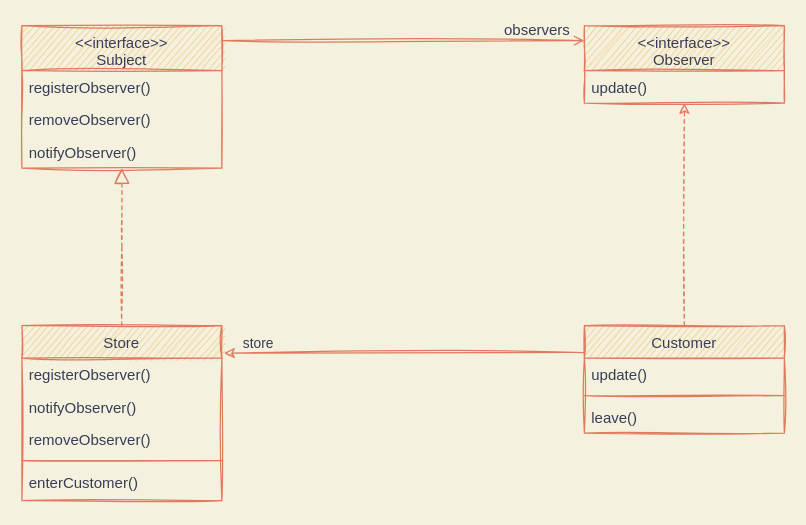
Earlier version of the draw.io diagram page "op2" (2 of 4) of ProgrammingLanguage/KwPl/ClassDiagram.drawio (geoje/KwUniversity). Source tidied: cells renumbered, new cells numbered last; positions are measured from the earlier drawing's top-left corner, leaving out a move shared by most shapes. Both pictures are drawn from the tidied source at 125%, with x=0, y=0 at pixel (21, 25).
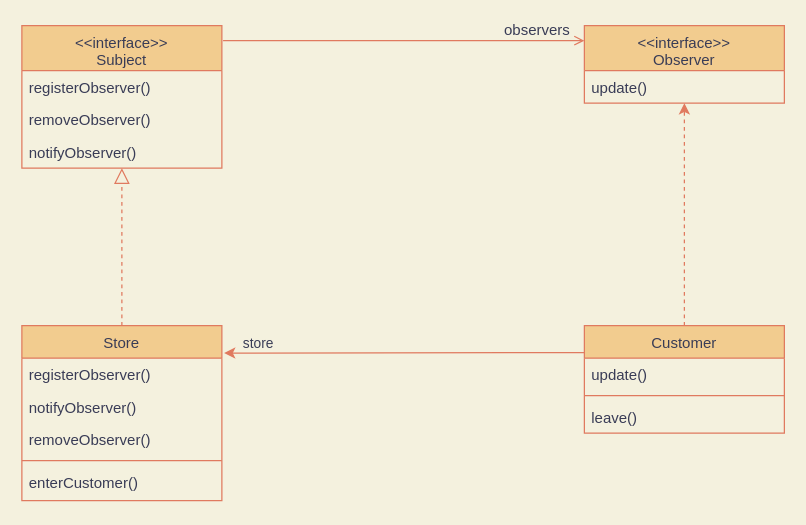
Above is the later version.

The edit, as a diff of the source:
```diff
@@
-    <mxCell id="2" value="&lt;&lt;interface&gt;&gt;&#10;Subject" style="swimlane;fontStyle=0;align=center;verticalAlign=top;horizontal=1;startSize=36;rounded=0;shadow=0;strokeWidth=1;fillColor=#F2CC8F;strokeColor=#E07A5F;fontColor=#393C56;sketch=1;" parent="1" vertex="1">
+    <mxCell id="2" value="&lt;&lt;interface&gt;&gt;&#10;Subject" style="swimlane;fontStyle=0;align=center;verticalAlign=top;horizontal=1;startSize=36;rounded=0;shadow=0;strokeWidth=1;fillColor=#F2CC8F;strokeColor=#E07A5F;fontColor=#393C56;" parent="1" vertex="1">
       <mxGeometry width="160" height="114" as="geometry" />
     </mxCell>
-    <mxCell id="3" value="registerObserver()" style="text;align=left;verticalAlign=top;spacingLeft=4;spacingRight=4;overflow=hidden;fontColor=#393C56;sketch=1;" parent="2" vertex="1">
+    <mxCell id="3" value="registerObserver()" style="text;align=left;verticalAlign=top;spacingLeft=4;spacingRight=4;overflow=hidden;fontColor=#393C56;" parent="2" vertex="1">
       <mxGeometry y="36" width="160" height="26" as="geometry" />
     </mxCell>
-    <mxCell id="4" value="removeObserver()" style="text;align=left;verticalAlign=top;spacingLeft=4;spacingRight=4;overflow=hidden;rounded=0;shadow=0;html=0;fontColor=#393C56;sketch=1;" parent="2" vertex="1">
+    <mxCell id="4" value="removeObserver()" style="text;align=left;verticalAlign=top;spacingLeft=4;spacingRight=4;overflow=hidden;rounded=0;shadow=0;html=0;fontColor=#393C56;" parent="2" vertex="1">
       <mxGeometry y="62" width="160" height="26" as="geometry" />
     </mxCell>
-    <mxCell id="5" value="notifyObserver()" style="text;align=left;verticalAlign=top;spacingLeft=4;spacingRight=4;overflow=hidden;rounded=0;shadow=0;html=0;fontColor=#393C56;sketch=1;" parent="2" vertex="1">
+    <mxCell id="5" value="notifyObserver()" style="text;align=left;verticalAlign=top;spacingLeft=4;spacingRight=4;overflow=hidden;rounded=0;shadow=0;html=0;fontColor=#393C56;" parent="2" vertex="1">
       <mxGeometry y="88" width="160" height="26" as="geometry" />
     </mxCell>
-    <mxCell id="6" value="Store" style="swimlane;fontStyle=0;align=center;verticalAlign=top;horizontal=1;startSize=26;rounded=0;shadow=0;strokeWidth=1;fillColor=#F2CC8F;strokeColor=#E07A5F;fontColor=#393C56;sketch=1;" parent="1" vertex="1">
+    <mxCell id="6" value="Store" style="swimlane;fontStyle=0;align=center;verticalAlign=top;horizontal=1;startSize=26;rounded=0;shadow=0;strokeWidth=1;fillColor=#F2CC8F;strokeColor=#E07A5F;fontColor=#393C56;" parent="1" vertex="1">
       <mxGeometry y="240" width="160" height="140" as="geometry" />
     </mxCell>
-    <mxCell id="7" value="registerObserver()" style="text;align=left;verticalAlign=top;spacingLeft=4;spacingRight=4;overflow=hidden;points=[[0,0.5],[1,0.5]];portConstraint=eastwest;fontColor=#393C56;sketch=1;" parent="6" vertex="1">
+    <mxCell id="7" value="registerObserver()" style="text;align=left;verticalAlign=top;spacingLeft=4;spacingRight=4;overflow=hidden;points=[[0,0.5],[1,0.5]];portConstraint=eastwest;fontColor=#393C56;" parent="6" vertex="1">
       <mxGeometry y="26" width="160" height="26" as="geometry" />
     </mxCell>
-    <mxCell id="8" value="notifyObserver()" style="text;align=left;verticalAlign=top;spacingLeft=4;spacingRight=4;overflow=hidden;rounded=0;shadow=0;html=0;fontColor=#393C56;sketch=1;" parent="6" vertex="1">
+    <mxCell id="8" value="notifyObserver()" style="text;align=left;verticalAlign=top;spacingLeft=4;spacingRight=4;overflow=hidden;rounded=0;shadow=0;html=0;fontColor=#393C56;" parent="6" vertex="1">
       <mxGeometry y="52" width="160" height="26" as="geometry" />
     </mxCell>
-    <mxCell id="9" value="removeObserver()" style="text;align=left;verticalAlign=top;spacingLeft=4;spacingRight=4;overflow=hidden;rounded=0;shadow=0;html=0;fontColor=#393C56;sketch=1;" parent="6" vertex="1">
+    <mxCell id="9" value="removeObserver()" style="text;align=left;verticalAlign=top;spacingLeft=4;spacingRight=4;overflow=hidden;rounded=0;shadow=0;html=0;fontColor=#393C56;" parent="6" vertex="1">
       <mxGeometry y="78" width="160" height="26" as="geometry" />
     </mxCell>
-    <mxCell id="10" style="line;html=1;strokeWidth=1;align=left;verticalAlign=middle;spacingTop=-1;spacingLeft=3;spacingRight=3;labelPosition=right;labelBackgroundColor=#F4F1DE;fillColor=#F2CC8F;strokeColor=#E07A5F;fontColor=#393C56;sketch=1;" parent="6" vertex="1">
+    <mxCell id="10" style="line;html=1;strokeWidth=1;align=left;verticalAlign=middle;spacingTop=-1;spacingLeft=3;spacingRight=3;labelPosition=right;labelBackgroundColor=#F4F1DE;fillColor=#F2CC8F;strokeColor=#E07A5F;fontColor=#393C56;" parent="6" vertex="1">
       <mxGeometry y="104" width="160" height="8" as="geometry" />
     </mxCell>
-    <mxCell id="11" value="enterCustomer()" style="text;align=left;verticalAlign=top;spacingLeft=4;spacingRight=4;overflow=hidden;rounded=0;shadow=0;html=0;fontColor=#393C56;sketch=1;" parent="6" vertex="1">
+    <mxCell id="11" value="enterCustomer()" style="text;align=left;verticalAlign=top;spacingLeft=4;spacingRight=4;overflow=hidden;rounded=0;shadow=0;html=0;fontColor=#393C56;" parent="6" vertex="1">
       <mxGeometry y="112" width="160" height="28" as="geometry" />
     </mxCell>
-    <mxCell id="12" style="endArrow=block;endSize=10;endFill=0;shadow=0;strokeWidth=1;rounded=0;edgeStyle=elbowEdgeStyle;elbow=vertical;dashed=1;labelBackgroundColor=#F4F1DE;strokeColor=#E07A5F;fontColor=#393C56;sketch=1;" parent="1" edge="1" source="6" target="2">
+    <mxCell id="12" style="endArrow=block;endSize=10;endFill=0;shadow=0;strokeWidth=1;rounded=0;edgeStyle=elbowEdgeStyle;elbow=vertical;dashed=1;labelBackgroundColor=#F4F1DE;strokeColor=#E07A5F;fontColor=#393C56;" parent="1" edge="1" source="6" target="2">
       <mxGeometry relative="1" as="geometry" />
     </mxCell>
-    <mxCell id="13" value="&lt;&lt;interface&gt;&gt;&#10;Observer" style="swimlane;fontStyle=0;align=center;verticalAlign=top;horizontal=1;startSize=36;rounded=0;shadow=0;strokeWidth=1;fillColor=#F2CC8F;strokeColor=#E07A5F;fontColor=#393C56;sketch=1;" parent="1" vertex="1">
+    <mxCell id="13" value="&lt;&lt;interface&gt;&gt;&#10;Observer" style="swimlane;fontStyle=0;align=center;verticalAlign=top;horizontal=1;startSize=36;rounded=0;shadow=0;strokeWidth=1;fillColor=#F2CC8F;strokeColor=#E07A5F;fontColor=#393C56;" parent="1" vertex="1">
       <mxGeometry x="450" width="160" height="62" as="geometry" />
     </mxCell>
-    <mxCell id="14" value="update()" style="text;align=left;verticalAlign=top;spacingLeft=4;spacingRight=4;overflow=hidden;points=[[0,0.5],[1,0.5]];portConstraint=eastwest;fontColor=#393C56;sketch=1;" parent="13" vertex="1">
+    <mxCell id="14" value="update()" style="text;align=left;verticalAlign=top;spacingLeft=4;spacingRight=4;overflow=hidden;points=[[0,0.5],[1,0.5]];portConstraint=eastwest;fontColor=#393C56;" parent="13" vertex="1">
       <mxGeometry y="36" width="160" height="26" as="geometry" />
     </mxCell>
-    <mxCell id="15" style="endArrow=open;shadow=0;strokeWidth=1;rounded=0;endFill=1;edgeStyle=elbowEdgeStyle;elbow=vertical;exitX=1.006;exitY=0.106;exitDx=0;exitDy=0;exitPerimeter=0;labelBackgroundColor=#F4F1DE;strokeColor=#E07A5F;fontColor=#393C56;sketch=1;" parent="1" edge="1" source="2" target="13">
+    <mxCell id="15" style="endArrow=open;shadow=0;strokeWidth=1;rounded=0;endFill=1;edgeStyle=elbowEdgeStyle;elbow=vertical;exitX=1.006;exitY=0.106;exitDx=0;exitDy=0;exitPerimeter=0;labelBackgroundColor=#F4F1DE;strokeColor=#E07A5F;fontColor=#393C56;" parent="1" edge="1" source="2" target="13">
       <mxGeometry x="0.5" y="41" relative="1" as="geometry">
         <mxPoint x="-40" y="32" as="offset" />
       </mxGeometry>
     </mxCell>
-    <mxCell id="16" value="observers" style="align=right;verticalAlign=bottom;labelBackgroundColor=none;fontSize=12;fillColor=#F2CC8F;strokeColor=#E07A5F;fontColor=#393C56;sketch=1;" parent="15" vertex="1">
+    <mxCell id="16" value="observers" style="align=right;verticalAlign=bottom;labelBackgroundColor=none;fontSize=12;fillColor=#F2CC8F;strokeColor=#E07A5F;fontColor=#393C56;" parent="15" vertex="1">
       <mxGeometry x="1" relative="1" as="geometry">
         <mxPoint x="-10" as="offset" />
       </mxGeometry>
     </mxCell>
-    <mxCell id="17" value="Customer" style="swimlane;fontStyle=0;align=center;verticalAlign=top;horizontal=1;startSize=26;rounded=0;shadow=0;strokeWidth=1;fillColor=#F2CC8F;strokeColor=#E07A5F;fontColor=#393C56;sketch=1;" parent="1" vertex="1">
+    <mxCell id="17" value="Customer" style="swimlane;fontStyle=0;align=center;verticalAlign=top;horizontal=1;startSize=26;rounded=0;shadow=0;strokeWidth=1;fillColor=#F2CC8F;strokeColor=#E07A5F;fontColor=#393C56;" parent="1" vertex="1">
       <mxGeometry x="450" y="240" width="160" height="86" as="geometry" />
     </mxCell>
-    <mxCell id="18" value="update()" style="text;align=left;verticalAlign=top;spacingLeft=4;spacingRight=4;overflow=hidden;fontColor=#393C56;sketch=1;" parent="17" vertex="1">
+    <mxCell id="18" value="update()" style="text;align=left;verticalAlign=top;spacingLeft=4;spacingRight=4;overflow=hidden;fontColor=#393C56;" parent="17" vertex="1">
       <mxGeometry y="26" width="160" height="26" as="geometry" />
     </mxCell>
-    <mxCell id="19" style="line;html=1;strokeWidth=1;align=left;verticalAlign=middle;spacingTop=-1;spacingLeft=3;spacingRight=3;labelPosition=right;labelBackgroundColor=#F4F1DE;fillColor=#F2CC8F;strokeColor=#E07A5F;fontColor=#393C56;sketch=1;" parent="17" vertex="1">
+    <mxCell id="19" style="line;html=1;strokeWidth=1;align=left;verticalAlign=middle;spacingTop=-1;spacingLeft=3;spacingRight=3;labelPosition=right;labelBackgroundColor=#F4F1DE;fillColor=#F2CC8F;strokeColor=#E07A5F;fontColor=#393C56;" parent="17" vertex="1">
       <mxGeometry y="52" width="160" height="8" as="geometry" />
     </mxCell>
-    <mxCell id="20" value="leave()" style="text;align=left;verticalAlign=top;spacingLeft=4;spacingRight=4;overflow=hidden;fontColor=#393C56;sketch=1;" parent="17" vertex="1">
+    <mxCell id="20" value="leave()" style="text;align=left;verticalAlign=top;spacingLeft=4;spacingRight=4;overflow=hidden;fontColor=#393C56;" parent="17" vertex="1">
       <mxGeometry y="60" width="160" height="26" as="geometry" />
     </mxCell>
-    <mxCell id="21" style="endArrow=classic;html=1;exitX=0.5;exitY=0;exitDx=0;exitDy=0;dashed=1;labelBackgroundColor=#F4F1DE;strokeColor=#E07A5F;fontColor=#393C56;sketch=1;" parent="1" edge="1" source="17" target="14">
+    <mxCell id="21" style="endArrow=classic;html=1;exitX=0.5;exitY=0;exitDx=0;exitDy=0;dashed=1;labelBackgroundColor=#F4F1DE;strokeColor=#E07A5F;fontColor=#393C56;" parent="1" edge="1" source="17" target="14">
       <mxGeometry relative="1" as="geometry" />
     </mxCell>
-    <mxCell id="22" value="store" style="endArrow=classic;html=1;exitX=0;exitY=0.25;exitDx=0;exitDy=0;entryX=1.011;entryY=-0.154;entryDx=0;entryDy=0;entryPerimeter=0;labelBackgroundColor=#F4F1DE;strokeColor=#E07A5F;fontColor=#393C56;sketch=1;" parent="1" edge="1" source="17" target="7">
+    <mxCell id="22" value="store" style="endArrow=classic;html=1;exitX=0;exitY=0.25;exitDx=0;exitDy=0;entryX=1.011;entryY=-0.154;entryDx=0;entryDy=0;entryPerimeter=0;labelBackgroundColor=#F4F1DE;strokeColor=#E07A5F;fontColor=#393C56;" parent="1" edge="1" source="17" target="7">
       <mxGeometry x="0.81" y="-8" relative="1" as="geometry" />
     </mxCell>
```
